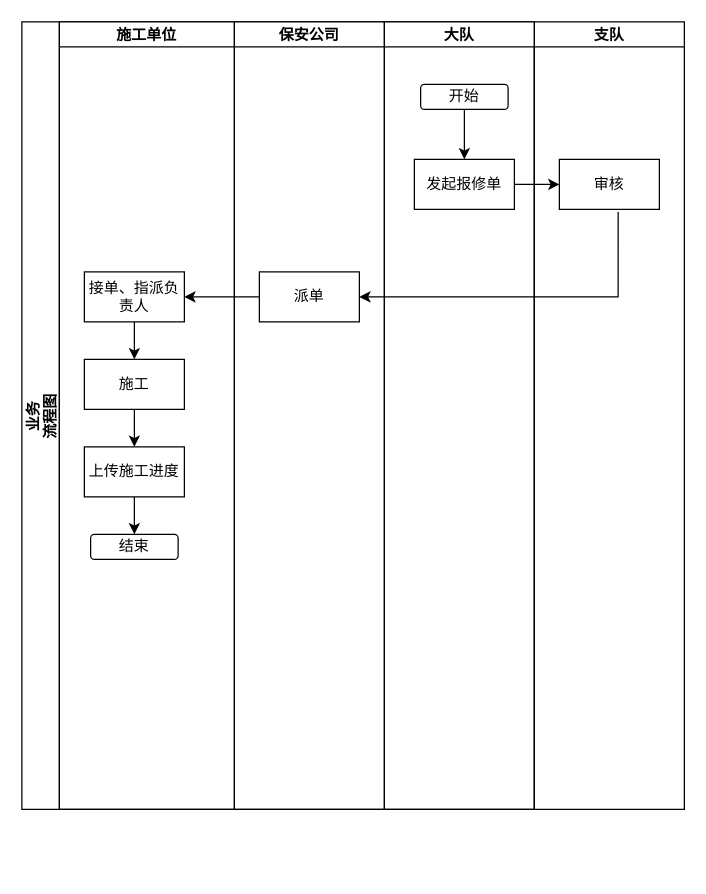
The draw.io diagram 未命名绘图3333.drawio in huyongchao98/dapp, before the edit. Source tidied: cells renumbered, new cells numbered last; positions are measured from the earlier drawing's top-left corner, leaving out a move shared by most shapes. Both pictures are drawn from the tidied source at 125%, with x=0, y=0 at pixel (21, 21).
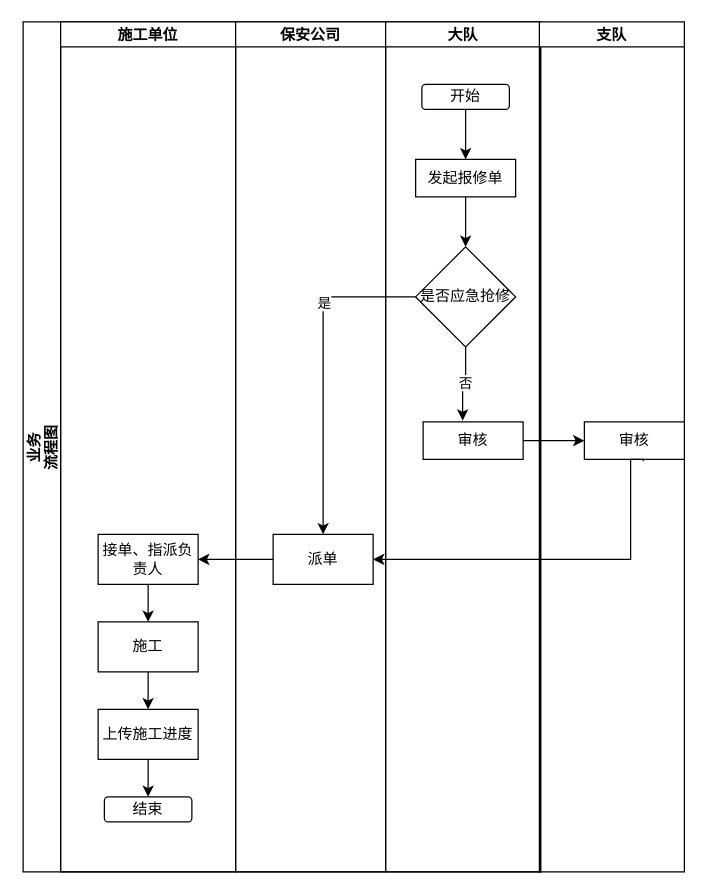
After the change.

Commit message:
更新未命名绘图3333.drawio

The edit, as a diff of the source:
```diff
@@
     <mxCell id="2" value="业务&#10;流程图" style="swimlane;startSize=30;horizontal=0;" parent="1" vertex="1">
-      <mxGeometry width="410" height="630" as="geometry" />
+      <mxGeometry x="1" width="414" height="680" as="geometry" />
     </mxCell>
     <mxCell id="3" value="施工单位" style="swimlane;startSize=20;" parent="2" vertex="1">
-      <mxGeometry x="30" width="140" height="630" as="geometry" />
+      <mxGeometry x="30" width="140" height="680" as="geometry" />
     </mxCell>
@@
     <mxCell id="5" value="接单、指派负责人" style="rounded=0;whiteSpace=wrap;html=1;" parent="3" vertex="1">
-      <mxGeometry x="20" y="200" width="80" height="40" as="geometry" />
+      <mxGeometry x="30" y="410" width="80" height="40" as="geometry" />
     </mxCell>
@@
     <mxCell id="7" value="施工" style="rounded=0;whiteSpace=wrap;html=1;" parent="3" vertex="1">
-      <mxGeometry x="20" y="270" width="80" height="40" as="geometry" />
+      <mxGeometry x="30" y="480" width="80" height="40" as="geometry" />
     </mxCell>
@@
     <mxCell id="9" value="上传施工进度" style="rounded=0;whiteSpace=wrap;html=1;" parent="3" vertex="1">
-      <mxGeometry x="20" y="340" width="80" height="40" as="geometry" />
+      <mxGeometry x="30" y="550" width="80" height="40" as="geometry" />
     </mxCell>
     <mxCell id="10" value="结束" style="rounded=1;whiteSpace=wrap;html=1;" parent="3" vertex="1">
-      <mxGeometry x="25" y="410" width="70" height="20" as="geometry" />
+      <mxGeometry x="35" y="620" width="70" height="20" as="geometry" />
     </mxCell>
     <mxCell id="11" value="保安公司" style="swimlane;startSize=20;" parent="2" vertex="1">
-      <mxGeometry x="170" width="120" height="630" as="geometry" />
+      <mxGeometry x="170" width="120" height="680" as="geometry" />
     </mxCell>
     <mxCell id="12" value="派单" style="rounded=0;whiteSpace=wrap;html=1;" parent="11" vertex="1">
-      <mxGeometry x="20" y="200" width="80" height="40" as="geometry" />
+      <mxGeometry x="30" y="410" width="80" height="40" as="geometry" />
     </mxCell>
     <mxCell id="13" value="大队" style="swimlane;startSize=20;" parent="2" vertex="1">
-      <mxGeometry x="290" width="120" height="630" as="geometry" />
+      <mxGeometry x="290" width="124" height="680" as="geometry" />
     </mxCell>
+    <mxCell id="22" style="edgeStyle=orthogonalEdgeStyle;rounded=0;jettySize=auto;html=1;entryX=0.5;entryY=0;entryDx=0;entryDy=0;" parent="13" edge="1" source="14" target="26">
+      <mxGeometry relative="1" as="geometry" />
+    </mxCell>
     <mxCell id="14" value="发起报修单" style="rounded=0;whiteSpace=wrap;html=1;" parent="13" vertex="1">
-      <mxGeometry x="24" y="110" width="80" height="40" as="geometry" />
+      <mxGeometry x="24" y="110" width="80" height="30" as="geometry" />
     </mxCell>
@@
+    <mxCell id="23" value="审核" style="rounded=0;whiteSpace=wrap;html=1;" parent="13" vertex="1">
+      <mxGeometry x="30" y="320" width="80" height="30" as="geometry" />
+    </mxCell>
+    <mxCell id="24" style="edgeStyle=orthogonalEdgeStyle;rounded=0;jettySize=auto;html=1;entryX=0.395;entryY=-0.033;entryDx=0;entryDy=0;entryPerimeter=0;" parent="13" edge="1" source="26" target="23">
+      <mxGeometry relative="1" as="geometry" />
+    </mxCell>
+    <mxCell id="25" value="否" style="edgeLabel;html=1;align=center;verticalAlign=middle;" parent="24" vertex="1">
+      <mxGeometry x="-0.09" y="-1" relative="1" as="geometry" />
+    </mxCell>
+    <mxCell id="26" value="是否应急抢修" style="rhombus;whiteSpace=wrap;html=1;" parent="13" vertex="1">
+      <mxGeometry x="24" y="180" width="80" height="80" as="geometry" />
+    </mxCell>
@@
+    <mxCell id="27" style="edgeStyle=orthogonalEdgeStyle;rounded=0;jettySize=auto;html=1;exitX=0;exitY=0.5;exitDx=0;exitDy=0;" parent="2" edge="1" source="26" target="12">
+      <mxGeometry relative="1" as="geometry" />
+    </mxCell>
+    <mxCell id="28" value="是" style="edgeLabel;html=1;align=center;verticalAlign=middle;" parent="27" vertex="1">
+      <mxGeometry x="-0.41" relative="1" as="geometry" />
+    </mxCell>
     <mxCell id="18" value="支队" style="swimlane;startSize=20;" parent="1" vertex="1">
-      <mxGeometry x="410" width="120" height="630" as="geometry" />
+      <mxGeometry x="414" width="116" height="680" as="geometry" />
     </mxCell>
     <mxCell id="19" value="审核" style="rounded=0;whiteSpace=wrap;html=1;" parent="18" vertex="1">
-      <mxGeometry x="20" y="110" width="80" height="40" as="geometry" />
+      <mxGeometry x="36" y="320" width="80" height="30" as="geometry" />
     </mxCell>
     <mxCell id="20" style="edgeStyle=orthogonalEdgeStyle;rounded=0;jettySize=auto;html=1;entryX=1;entryY=0.5;entryDx=0;entryDy=0;exitX=0.588;exitY=1.05;exitDx=0;exitDy=0;exitPerimeter=0;" parent="1" edge="1" source="19" target="12">
       <mxGeometry relative="1" as="geometry">
         <Array as="points">
-          <mxPoint x="477" y="220" />
+          <mxPoint x="487" y="350" />
         </Array>
       </mxGeometry>
     </mxCell>
-    <mxCell id="21" style="edgeStyle=orthogonalEdgeStyle;rounded=0;jettySize=auto;html=1;exitX=1;exitY=0.5;exitDx=0;exitDy=0;entryX=0;entryY=0.5;entryDx=0;entryDy=0;" parent="1" edge="1" source="14" target="19">
-      <mxGeometry relative="1" as="geometry" />
-    </mxCell>
+    <mxCell id="29" style="edgeStyle=orthogonalEdgeStyle;rounded=0;jettySize=auto;html=1;entryX=0;entryY=0.5;entryDx=0;entryDy=0;" parent="1" edge="1" source="23" target="19">
+      <mxGeometry relative="1" as="geometry" />
+    </mxCell>
```
